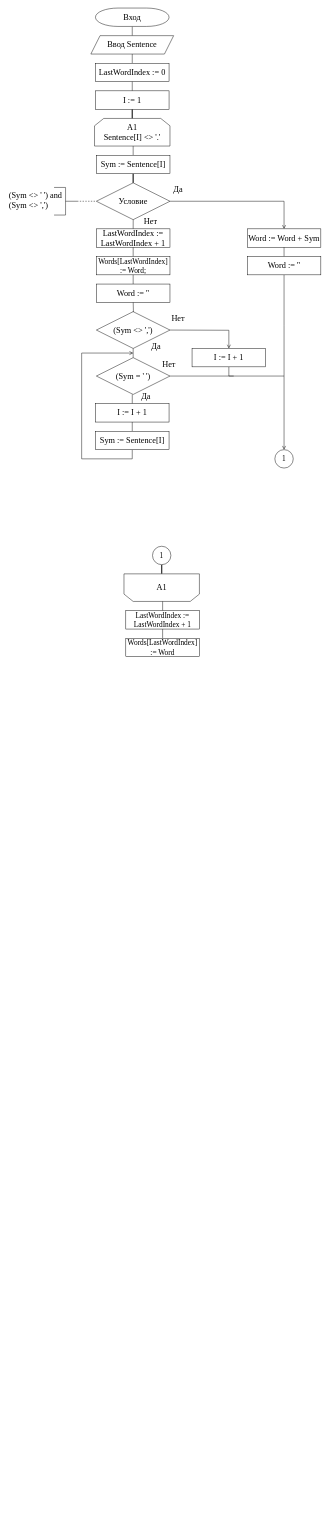
Earlier version of the draw.io diagram 7дфsdffh.drawio (RaJIk470/drawio). Source tidied: cells renumbered, new cells numbered last; positions are measured from the earlier drawing's top-left corner, leaving out a move shared by most shapes. Both pictures are drawn from the tidied source at 46%, with x=0, y=0 at pixel (8, 8).
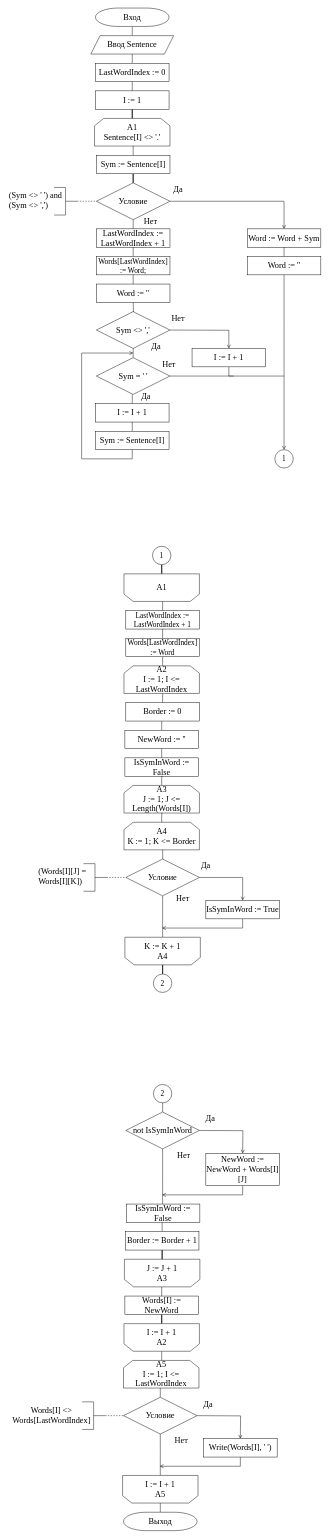
Above is the later version.

Unchanged cells that the change refers to:
```xml
<mxCell id="55" value="Words[LastWordIndex] := Word" style="rounded=0;whiteSpace=wrap;html=1;fontFamily=Times New Roman;fontSize=16;strokeWidth=1;" parent="1" vertex="1">
  <mxGeometry x="256" y="1370" width="160" height="40" as="geometry" />
</mxCell>
```

The edit, as a diff of the source:
```diff
@@
-    <mxCell id="32" value="(Sym &amp;lt;&amp;gt; ',')" style="rhombus;whiteSpace=wrap;html=1;fontFamily=Times New Roman;fontSize=18;strokeWidth=1;" parent="1" vertex="1">
+    <mxCell id="32" value="Sym &amp;lt;&amp;gt; ','" style="rhombus;whiteSpace=wrap;html=1;fontFamily=Times New Roman;fontSize=18;strokeWidth=1;" parent="1" vertex="1">
       <mxGeometry x="192" y="660" width="160" height="80" as="geometry" />
     </mxCell>
@@
-    <mxCell id="40" value="(Sym = ' ')" style="rhombus;whiteSpace=wrap;html=1;fontFamily=Times New Roman;fontSize=18;strokeWidth=1;" parent="1" vertex="1">
+    <mxCell id="40" value="Sym = ' '" style="rhombus;whiteSpace=wrap;html=1;fontFamily=Times New Roman;fontSize=18;strokeWidth=1;" parent="1" vertex="1">
       <mxGeometry x="192" y="760" width="160" height="80" as="geometry" />
     </mxCell>
@@
+    <mxCell id="56" style="edgeStyle=orthogonalEdgeStyle;rounded=0;jettySize=auto;html=1;entryX=0.5;entryY=0;entryDx=0;entryDy=0;fontFamily=Times New Roman;fontSize=16;endArrow=none;endFill=0;" parent="1" edge="1" source="55" target="57">
+      <mxGeometry relative="1" as="geometry" />
+    </mxCell>
@@
+    <mxCell id="57" value="А2&lt;br&gt;I := 1; I &amp;lt;= LastWordIndex" style="shape=loopLimit;whiteSpace=wrap;html=1;fontFamily=Times New Roman;fontSize=18;strokeWidth=1;" parent="1" vertex="1">
+      <mxGeometry x="252" y="1430" width="164" height="60" as="geometry" />
+    </mxCell>
+    <mxCell id="58" style="edgeStyle=orthogonalEdgeStyle;rounded=0;orthogonalLoop=1;jettySize=auto;html=1;fontFamily=Times New Roman;fontSize=18;endArrow=none;endFill=0;" parent="1" edge="1">
+      <mxGeometry relative="1" as="geometry">
+        <mxPoint x="336" y="1490" as="sourcePoint" />
+        <mxPoint x="336" y="1510" as="targetPoint" />
+      </mxGeometry>
+    </mxCell>
+    <mxCell id="59" value="Border := 0" style="rounded=0;whiteSpace=wrap;html=1;fontFamily=Times New Roman;fontSize=18;strokeWidth=1;" parent="1" vertex="1">
+      <mxGeometry x="256" y="1510" width="160" height="40" as="geometry" />
+    </mxCell>
+    <mxCell id="60" style="edgeStyle=orthogonalEdgeStyle;rounded=0;orthogonalLoop=1;jettySize=auto;html=1;fontFamily=Times New Roman;fontSize=18;endArrow=none;endFill=0;" parent="1" edge="1">
+      <mxGeometry relative="1" as="geometry">
+        <mxPoint x="334" y="1550" as="sourcePoint" />
+        <mxPoint x="334" y="1570" as="targetPoint" />
+      </mxGeometry>
+    </mxCell>
+    <mxCell id="61" value="NewWord := ''" style="rounded=0;whiteSpace=wrap;html=1;fontFamily=Times New Roman;fontSize=18;strokeWidth=1;" parent="1" vertex="1">
+      <mxGeometry x="254" y="1570" width="160" height="40" as="geometry" />
+    </mxCell>
+    <mxCell id="62" style="edgeStyle=orthogonalEdgeStyle;rounded=0;orthogonalLoop=1;jettySize=auto;html=1;fontFamily=Times New Roman;fontSize=18;endArrow=none;endFill=0;" parent="1" edge="1">
+      <mxGeometry relative="1" as="geometry">
+        <mxPoint x="334" y="1610" as="sourcePoint" />
+        <mxPoint x="334" y="1630" as="targetPoint" />
+      </mxGeometry>
+    </mxCell>
+    <mxCell id="63" value="IsSymInWord := False" style="rounded=0;whiteSpace=wrap;html=1;fontFamily=Times New Roman;fontSize=18;strokeWidth=1;" parent="1" vertex="1">
+      <mxGeometry x="254" y="1630" width="160" height="40" as="geometry" />
+    </mxCell>
+    <mxCell id="64" style="edgeStyle=orthogonalEdgeStyle;rounded=0;jettySize=auto;html=1;entryX=0.5;entryY=0;entryDx=0;entryDy=0;fontFamily=Times New Roman;fontSize=16;endArrow=none;endFill=0;" parent="1" edge="1" target="65">
+      <mxGeometry relative="1" as="geometry">
+        <mxPoint x="336" y="1670" as="sourcePoint" />
+      </mxGeometry>
+    </mxCell>
+    <mxCell id="65" value="А3&lt;br&gt;J := 1; J &amp;lt;= Length(Words[I])" style="shape=loopLimit;whiteSpace=wrap;html=1;fontFamily=Times New Roman;fontSize=18;strokeWidth=1;" parent="1" vertex="1">
+      <mxGeometry x="252" y="1690" width="164" height="60" as="geometry" />
+    </mxCell>
+    <mxCell id="66" style="edgeStyle=orthogonalEdgeStyle;rounded=0;jettySize=auto;html=1;entryX=0.5;entryY=0;entryDx=0;entryDy=0;fontFamily=Times New Roman;fontSize=16;endArrow=none;endFill=0;" parent="1" edge="1" target="67">
+      <mxGeometry relative="1" as="geometry">
+        <mxPoint x="336" y="1750" as="sourcePoint" />
+      </mxGeometry>
+    </mxCell>
+    <mxCell id="67" value="А4&lt;br&gt;K := 1; K &amp;lt;= Border" style="shape=loopLimit;whiteSpace=wrap;html=1;fontFamily=Times New Roman;fontSize=18;strokeWidth=1;" parent="1" vertex="1">
+      <mxGeometry x="252" y="1770" width="164" height="60" as="geometry" />
+    </mxCell>
+    <mxCell id="68" style="edgeStyle=orthogonalEdgeStyle;rounded=0;jettySize=auto;html=1;fontFamily=Times New Roman;fontSize=18;endArrow=none;endFill=0;" parent="1" edge="1" target="71">
+      <mxGeometry relative="1" as="geometry">
+        <mxPoint x="336" y="1830" as="sourcePoint" />
+      </mxGeometry>
+    </mxCell>
+    <mxCell id="69" style="edgeStyle=orthogonalEdgeStyle;rounded=0;jettySize=auto;html=1;entryX=0.5;entryY=0;entryDx=0;entryDy=0;fontFamily=Times New Roman;fontSize=18;endArrow=open;endFill=0;" parent="1" edge="1" source="71" target="76">
+      <mxGeometry relative="1" as="geometry" />
+    </mxCell>
+    <mxCell id="70" style="edgeStyle=orthogonalEdgeStyle;rounded=0;jettySize=auto;html=1;entryX=0.5;entryY=0;entryDx=0;entryDy=0;fontFamily=Times New Roman;fontSize=18;endArrow=none;endFill=0;" parent="1" edge="1" source="71" target="80">
+      <mxGeometry relative="1" as="geometry" />
+    </mxCell>
+    <mxCell id="71" value="Условие" style="rhombus;whiteSpace=wrap;html=1;fontFamily=Times New Roman;fontSize=18;strokeWidth=1;" parent="1" vertex="1">
+      <mxGeometry x="256" y="1850" width="160" height="80" as="geometry" />
+    </mxCell>
+    <mxCell id="72" style="endArrow=none;dashed=1;html=1;rounded=0;fontFamily=Times New Roman;fontSize=18;entryX=0;entryY=0.5;entryDx=0;entryDy=0;" parent="1" edge="1" target="71">
+      <mxGeometry relative="1" as="geometry">
+        <mxPoint x="214" y="1890" as="sourcePoint" />
+      </mxGeometry>
+    </mxCell>
+    <mxCell id="73" style="strokeWidth=1;html=1;shape=mxgraph.flowchart.annotation_2;align=left;labelPosition=right;fontFamily=Times New Roman;fontSize=18;flipH=1;" parent="1" vertex="1">
+      <mxGeometry x="164" y="1860" width="50" height="60" as="geometry" />
+    </mxCell>
+    <mxCell id="74" value="(Words[I][J] = Words[I][K])" style="text;whiteSpace=wrap;html=1;fontSize=18;fontFamily=Times New Roman;" parent="1" vertex="1">
+      <mxGeometry x="64" y="1860" width="120" height="40" as="geometry" />
+    </mxCell>
+    <mxCell id="75" style="edgeStyle=orthogonalEdgeStyle;rounded=0;jettySize=auto;html=1;fontFamily=Times New Roman;fontSize=18;endArrow=open;endFill=0;" parent="1" edge="1" source="76">
+      <mxGeometry relative="1" as="geometry">
+        <mxPoint x="335" y="2000" as="targetPoint" />
+        <Array as="points">
+          <mxPoint x="510" y="2000" />
+          <mxPoint x="335" y="2000" />
+        </Array>
+      </mxGeometry>
+    </mxCell>
+    <mxCell id="76" value="IsSymInWord := True" style="rounded=0;whiteSpace=wrap;html=1;fontFamily=Times New Roman;fontSize=18;strokeWidth=1;" parent="1" vertex="1">
+      <mxGeometry x="430" y="1940" width="160" height="40" as="geometry" />
+    </mxCell>
+    <mxCell id="77" value="Нет" style="text;html=1;strokeColor=none;fillColor=none;align=center;verticalAlign=middle;whiteSpace=wrap;rounded=0;fontFamily=Times New Roman;fontSize=18;" parent="1" vertex="1">
+      <mxGeometry x="350" y="1920" width="60" height="30" as="geometry" />
+    </mxCell>
+    <mxCell id="78" value="Да" style="text;html=1;strokeColor=none;fillColor=none;align=center;verticalAlign=middle;whiteSpace=wrap;rounded=0;fontFamily=Times New Roman;fontSize=18;" parent="1" vertex="1">
+      <mxGeometry x="400" y="1850" width="60" height="30" as="geometry" />
+    </mxCell>
+    <mxCell id="79" style="edgeStyle=orthogonalEdgeStyle;rounded=0;jettySize=auto;html=1;entryX=0.5;entryY=0;entryDx=0;entryDy=0;fontFamily=Times New Roman;fontSize=18;endArrow=none;endFill=0;" parent="1" edge="1" source="80" target="81">
+      <mxGeometry relative="1" as="geometry" />
+    </mxCell>
+    <mxCell id="80" value="K := K + 1&lt;br&gt;А4" style="shape=loopLimit;whiteSpace=wrap;html=1;fontFamily=Times New Roman;fontSize=18;strokeWidth=1;flipH=0;flipV=1;" parent="1" vertex="1">
+      <mxGeometry x="254" y="2020" width="164" height="60" as="geometry" />
+    </mxCell>
+    <mxCell id="81" value="2" style="ellipse;whiteSpace=wrap;html=1;fontFamily=Times New Roman;fontSize=16;strokeWidth=1;" parent="1" vertex="1">
+      <mxGeometry x="316" y="2100" width="40" height="40" as="geometry" />
+    </mxCell>
+    <mxCell id="82" style="edgeStyle=orthogonalEdgeStyle;rounded=0;jettySize=auto;html=1;fontFamily=Times New Roman;fontSize=18;endArrow=none;endFill=0;" parent="1" edge="1" source="83">
+      <mxGeometry relative="1" as="geometry">
+        <mxPoint x="336" y="2400" as="targetPoint" />
+      </mxGeometry>
+    </mxCell>
+    <mxCell id="83" value="2" style="ellipse;whiteSpace=wrap;html=1;fontFamily=Times New Roman;fontSize=16;strokeWidth=1;" parent="1" vertex="1">
+      <mxGeometry x="316" y="2340" width="40" height="40" as="geometry" />
+    </mxCell>
+    <mxCell id="84" style="edgeStyle=orthogonalEdgeStyle;rounded=0;jettySize=auto;html=1;fontFamily=Times New Roman;fontSize=18;endArrow=none;endFill=0;" parent="1" edge="1" source="85">
+      <mxGeometry relative="1" as="geometry">
+        <mxPoint x="336" y="2600" as="targetPoint" />
+      </mxGeometry>
+    </mxCell>
+    <mxCell id="85" value="not IsSymInWord" style="rhombus;whiteSpace=wrap;html=1;fontFamily=Times New Roman;fontSize=18;strokeWidth=1;" parent="1" vertex="1">
+      <mxGeometry x="256" y="2400" width="160" height="80" as="geometry" />
+    </mxCell>
+    <mxCell id="86" value="Да" style="text;html=1;strokeColor=none;fillColor=none;align=center;verticalAlign=middle;whiteSpace=wrap;rounded=0;fontFamily=Times New Roman;fontSize=18;" parent="1" vertex="1">
+      <mxGeometry x="410" y="2400" width="60" height="30" as="geometry" />
+    </mxCell>
+    <mxCell id="87" value="Нет" style="text;html=1;strokeColor=none;fillColor=none;align=center;verticalAlign=middle;whiteSpace=wrap;rounded=0;fontFamily=Times New Roman;fontSize=18;" parent="1" vertex="1">
+      <mxGeometry x="352" y="2480" width="60" height="30" as="geometry" />
+    </mxCell>
+    <mxCell id="88" style="edgeStyle=orthogonalEdgeStyle;rounded=0;orthogonalLoop=1;jettySize=auto;html=1;entryX=0.5;entryY=0;entryDx=0;entryDy=0;fontFamily=Times New Roman;fontSize=18;endArrow=open;endFill=0;" parent="1" edge="1">
+      <mxGeometry relative="1" as="geometry">
+        <mxPoint x="416" y="2440" as="sourcePoint" />
+        <mxPoint x="510" y="2490" as="targetPoint" />
+      </mxGeometry>
+    </mxCell>
+    <mxCell id="89" style="edgeStyle=orthogonalEdgeStyle;rounded=0;jettySize=auto;html=1;fontFamily=Times New Roman;fontSize=18;endArrow=open;endFill=0;" parent="1" edge="1" source="90">
+      <mxGeometry relative="1" as="geometry">
+        <mxPoint x="335" y="2580" as="targetPoint" />
+        <Array as="points">
+          <mxPoint x="510" y="2580" />
+        </Array>
+      </mxGeometry>
+    </mxCell>
+    <mxCell id="90" value="NewWord := NewWord + Words[I][J]" style="rounded=0;whiteSpace=wrap;html=1;fontFamily=Times New Roman;fontSize=18;strokeWidth=1;" parent="1" vertex="1">
+      <mxGeometry x="430" y="2490" width="160" height="70" as="geometry" />
+    </mxCell>
+    <mxCell id="91" value="IsSymInWord := False" style="rounded=0;whiteSpace=wrap;html=1;fontFamily=Times New Roman;fontSize=18;strokeWidth=1;" parent="1" vertex="1">
+      <mxGeometry x="257" y="2600" width="160" height="40" as="geometry" />
+    </mxCell>
+    <mxCell id="92" style="edgeStyle=orthogonalEdgeStyle;rounded=0;orthogonalLoop=1;jettySize=auto;html=1;fontFamily=Times New Roman;fontSize=18;endArrow=none;endFill=0;" parent="1" edge="1">
+      <mxGeometry relative="1" as="geometry">
+        <mxPoint x="335" y="2640" as="sourcePoint" />
+        <mxPoint x="335" y="2660" as="targetPoint" />
+      </mxGeometry>
+    </mxCell>
+    <mxCell id="93" style="edgeStyle=orthogonalEdgeStyle;rounded=0;jettySize=auto;html=1;entryX=0.5;entryY=0;entryDx=0;entryDy=0;fontFamily=Times New Roman;fontSize=18;endArrow=none;endFill=0;" parent="1" edge="1" source="94" target="95">
+      <mxGeometry relative="1" as="geometry" />
+    </mxCell>
+    <mxCell id="94" value="Border := Border + 1" style="rounded=0;whiteSpace=wrap;html=1;fontFamily=Times New Roman;fontSize=18;strokeWidth=1;" parent="1" vertex="1">
+      <mxGeometry x="255" y="2660" width="160" height="40" as="geometry" />
+    </mxCell>
+    <mxCell id="95" value="J := J + 1&lt;br&gt;А3" style="shape=loopLimit;whiteSpace=wrap;html=1;fontFamily=Times New Roman;fontSize=18;strokeWidth=1;flipH=0;flipV=1;" parent="1" vertex="1">
+      <mxGeometry x="253" y="2720" width="164" height="60" as="geometry" />
+    </mxCell>
+    <mxCell id="96" style="edgeStyle=orthogonalEdgeStyle;rounded=0;orthogonalLoop=1;jettySize=auto;html=1;fontFamily=Times New Roman;fontSize=18;endArrow=none;endFill=0;" parent="1" edge="1">
+      <mxGeometry relative="1" as="geometry">
+        <mxPoint x="334" y="2780" as="sourcePoint" />
+        <mxPoint x="334" y="2800" as="targetPoint" />
+      </mxGeometry>
+    </mxCell>
+    <mxCell id="97" style="edgeStyle=orthogonalEdgeStyle;rounded=0;jettySize=auto;html=1;entryX=0.5;entryY=0;entryDx=0;entryDy=0;fontFamily=Times New Roman;fontSize=18;endArrow=none;endFill=0;" parent="1" edge="1" source="98" target="100">
+      <mxGeometry relative="1" as="geometry" />
+    </mxCell>
+    <mxCell id="98" value="Words[I] := NewWord" style="rounded=0;whiteSpace=wrap;html=1;fontFamily=Times New Roman;fontSize=18;strokeWidth=1;" parent="1" vertex="1">
+      <mxGeometry x="254" y="2800" width="160" height="40" as="geometry" />
+    </mxCell>
+    <mxCell id="99" style="edgeStyle=orthogonalEdgeStyle;rounded=0;jettySize=auto;html=1;entryX=0.5;entryY=0;entryDx=0;entryDy=0;fontFamily=Times New Roman;fontSize=18;endArrow=none;endFill=0;" parent="1" edge="1" source="100" target="101">
+      <mxGeometry relative="1" as="geometry" />
+    </mxCell>
+    <mxCell id="100" value="I := I + 1&lt;br&gt;А2" style="shape=loopLimit;whiteSpace=wrap;html=1;fontFamily=Times New Roman;fontSize=18;strokeWidth=1;flipH=0;flipV=1;" parent="1" vertex="1">
+      <mxGeometry x="252" y="2860" width="164" height="60" as="geometry" />
+    </mxCell>
+    <mxCell id="101" value="А5&lt;br&gt;I := 1; I &amp;lt;= LastWordIndex" style="shape=loopLimit;whiteSpace=wrap;html=1;fontFamily=Times New Roman;fontSize=18;strokeWidth=1;" parent="1" vertex="1">
+      <mxGeometry x="251" y="2940" width="164" height="60" as="geometry" />
+    </mxCell>
+    <mxCell id="102" style="edgeStyle=orthogonalEdgeStyle;rounded=0;orthogonalLoop=1;jettySize=auto;html=1;fontFamily=Times New Roman;fontSize=18;endArrow=none;endFill=0;" parent="1" edge="1">
+      <mxGeometry relative="1" as="geometry">
+        <mxPoint x="331" y="3000" as="sourcePoint" />
+        <mxPoint x="331" y="3020" as="targetPoint" />
+      </mxGeometry>
+    </mxCell>
+    <mxCell id="103" style="edgeStyle=orthogonalEdgeStyle;rounded=0;jettySize=auto;html=1;fontFamily=Times New Roman;fontSize=18;endArrow=none;endFill=0;" parent="1" edge="1" source="104">
+      <mxGeometry relative="1" as="geometry">
+        <mxPoint x="331" y="3190" as="targetPoint" />
+      </mxGeometry>
+    </mxCell>
+    <mxCell id="104" value="Условие" style="rhombus;whiteSpace=wrap;html=1;fontFamily=Times New Roman;fontSize=18;strokeWidth=1;" parent="1" vertex="1">
+      <mxGeometry x="251" y="3020" width="160" height="80" as="geometry" />
+    </mxCell>
+    <mxCell id="105" value="Да" style="text;html=1;strokeColor=none;fillColor=none;align=center;verticalAlign=middle;whiteSpace=wrap;rounded=0;fontFamily=Times New Roman;fontSize=18;" parent="1" vertex="1">
+      <mxGeometry x="405" y="3020" width="60" height="30" as="geometry" />
+    </mxCell>
+    <mxCell id="106" value="Нет" style="text;html=1;strokeColor=none;fillColor=none;align=center;verticalAlign=middle;whiteSpace=wrap;rounded=0;fontFamily=Times New Roman;fontSize=18;" parent="1" vertex="1">
+      <mxGeometry x="347" y="3100" width="60" height="30" as="geometry" />
+    </mxCell>
+    <mxCell id="107" style="edgeStyle=orthogonalEdgeStyle;rounded=0;orthogonalLoop=1;jettySize=auto;html=1;entryX=0.5;entryY=0;entryDx=0;entryDy=0;fontFamily=Times New Roman;fontSize=18;endArrow=open;endFill=0;" parent="1" edge="1">
+      <mxGeometry relative="1" as="geometry">
+        <mxPoint x="411" y="3060" as="sourcePoint" />
+        <mxPoint x="505" y="3110" as="targetPoint" />
+      </mxGeometry>
+    </mxCell>
+    <mxCell id="108" style="edgeStyle=orthogonalEdgeStyle;rounded=0;jettySize=auto;html=1;fontFamily=Times New Roman;fontSize=18;endArrow=open;endFill=0;" parent="1" edge="1" source="109">
+      <mxGeometry relative="1" as="geometry">
+        <mxPoint x="330" y="3170" as="targetPoint" />
+        <Array as="points">
+          <mxPoint x="505" y="3170" />
+          <mxPoint x="330" y="3170" />
+        </Array>
+      </mxGeometry>
+    </mxCell>
+    <mxCell id="109" value="Write(Words[I], ' ')" style="rounded=0;whiteSpace=wrap;html=1;fontFamily=Times New Roman;fontSize=18;strokeWidth=1;" parent="1" vertex="1">
+      <mxGeometry x="425" y="3110" width="160" height="40" as="geometry" />
+    </mxCell>
+    <mxCell id="110" style="endArrow=none;dashed=1;html=1;rounded=0;fontFamily=Times New Roman;fontSize=18;entryX=0;entryY=0.5;entryDx=0;entryDy=0;" parent="1" edge="1">
+      <mxGeometry relative="1" as="geometry">
+        <mxPoint x="211" y="3060" as="sourcePoint" />
+        <mxPoint x="253" y="3060" as="targetPoint" />
+      </mxGeometry>
+    </mxCell>
+    <mxCell id="111" style="strokeWidth=1;html=1;shape=mxgraph.flowchart.annotation_2;align=left;labelPosition=right;fontFamily=Times New Roman;fontSize=18;flipH=1;" parent="1" vertex="1">
+      <mxGeometry x="161" y="3030" width="50" height="60" as="geometry" />
+    </mxCell>
+    <mxCell id="112" value="Words[I] &amp;lt;&amp;gt; Words[LastWordIndex]" style="text;whiteSpace=wrap;html=1;fontSize=18;fontFamily=Times New Roman;labelPosition=center;verticalLabelPosition=middle;align=center;verticalAlign=middle;" parent="1" vertex="1">
+      <mxGeometry x="9" y="3040" width="171" height="40" as="geometry" />
+    </mxCell>
+    <mxCell id="113" style="edgeStyle=orthogonalEdgeStyle;rounded=0;jettySize=auto;html=1;fontFamily=Times New Roman;fontSize=18;endArrow=none;endFill=0;" parent="1" edge="1" source="114">
+      <mxGeometry relative="1" as="geometry">
+        <mxPoint x="331" y="3270" as="targetPoint" />
+      </mxGeometry>
+    </mxCell>
+    <mxCell id="114" value="I := I + 1&lt;br&gt;А5" style="shape=loopLimit;whiteSpace=wrap;html=1;fontFamily=Times New Roman;fontSize=18;strokeWidth=1;flipV=1;" parent="1" vertex="1">
+      <mxGeometry x="249" y="3190" width="164" height="60" as="geometry" />
+    </mxCell>
+    <mxCell id="115" value="Выход" style="strokeWidth=1;html=1;shape=mxgraph.flowchart.terminator;whiteSpace=wrap;fontSize=18;fontFamily=Times New Roman;" parent="1" vertex="1">
+      <mxGeometry x="251" y="3270" width="160" height="40" as="geometry" />
+    </mxCell>
```
